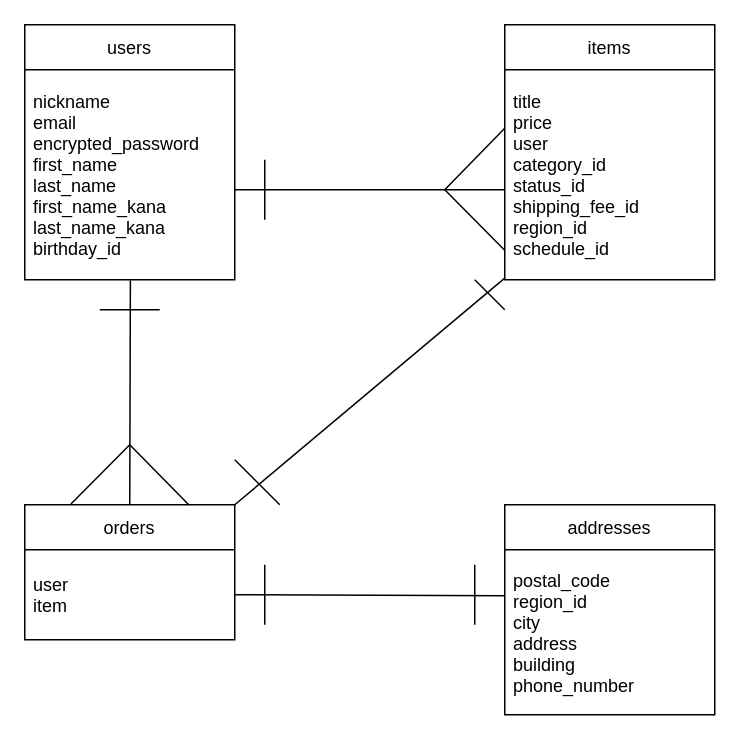
TomoyaIwai/furima-37769 keeps this draw.io diagram as Furima-37769.dio. Above is the earlier version. Source tidied: cells renumbered, new cells numbered last; positions are measured from the earlier drawing's top-left corner, leaving out a move shared by most shapes. Both pictures are drawn from the tidied source at 150%, with x=0, y=0 at pixel (24, 24).
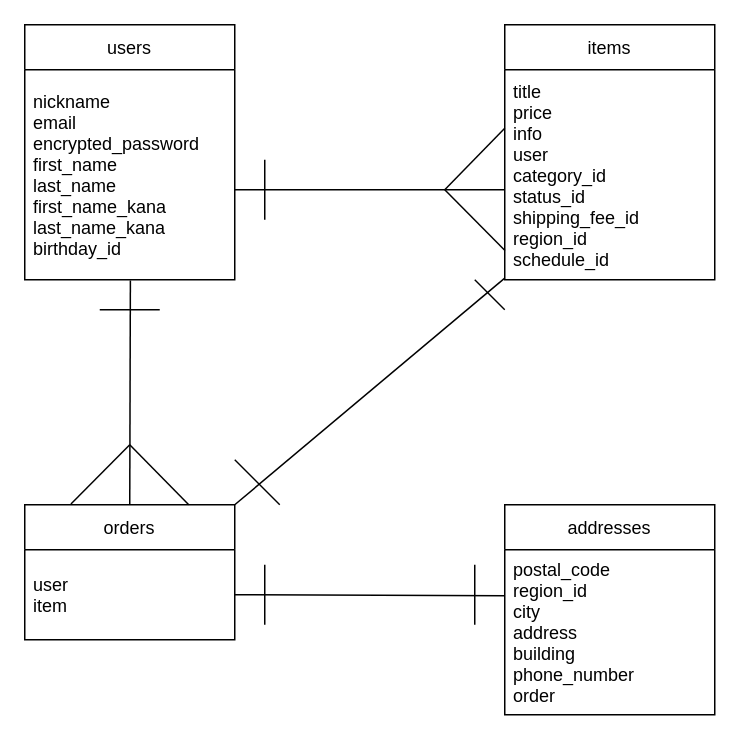
Above is the later version.

The change refers to these unchanged cells:
```xml
<mxCell id="4" value="items" style="swimlane;fontStyle=0;horizontal=1;startSize=30;" parent="1" vertex="1">
  <mxGeometry x="320" width="140" height="170" as="geometry" />
</mxCell>
<mxCell id="8" value="addresses" style="swimlane;fontStyle=0;horizontal=1;startSize=30;" parent="1" vertex="1">
  <mxGeometry x="320" y="320" width="140" height="140" as="geometry" />
</mxCell>
```

Change to the diagram source:
```diff
@@
-    <mxCell id="5" value="title&#10;price&#10;user&#10;category_id&#10;status_id&#10;shipping_fee_id&#10;region_id&#10;schedule_id" style="text;strokeColor=none;fillColor=none;align=left;verticalAlign=middle;spacingLeft=4;spacingRight=4;overflow=hidden;points=[[0,0.5],[1,0.5]];portConstraint=eastwest;" parent="4" vertex="1">
+    <mxCell id="5" value="title&#10;price&#10;info&#10;user&#10;category_id&#10;status_id&#10;shipping_fee_id&#10;region_id&#10;schedule_id" style="text;strokeColor=none;fillColor=none;align=left;verticalAlign=middle;spacingLeft=4;spacingRight=4;overflow=hidden;points=[[0,0.5],[1,0.5]];portConstraint=eastwest;" parent="4" vertex="1">
       <mxGeometry y="30" width="140" height="140" as="geometry" />
     </mxCell>
@@
-    <mxCell id="9" value="postal_code&#10;region_id&#10;city&#10;address&#10;building&#10;phone_number" style="text;strokeColor=none;fillColor=none;align=left;verticalAlign=middle;spacingLeft=4;spacingRight=4;overflow=hidden;points=[[0,0.5],[1,0.5]];portConstraint=eastwest;" parent="8" vertex="1">
+    <mxCell id="9" value="postal_code&#10;region_id&#10;city&#10;address&#10;building&#10;phone_number&#10;order" style="text;strokeColor=none;fillColor=none;align=left;verticalAlign=middle;spacingLeft=4;spacingRight=4;overflow=hidden;points=[[0,0.5],[1,0.5]];portConstraint=eastwest;" parent="8" vertex="1">
       <mxGeometry y="30" width="140" height="110" as="geometry" />
     </mxCell>
```
